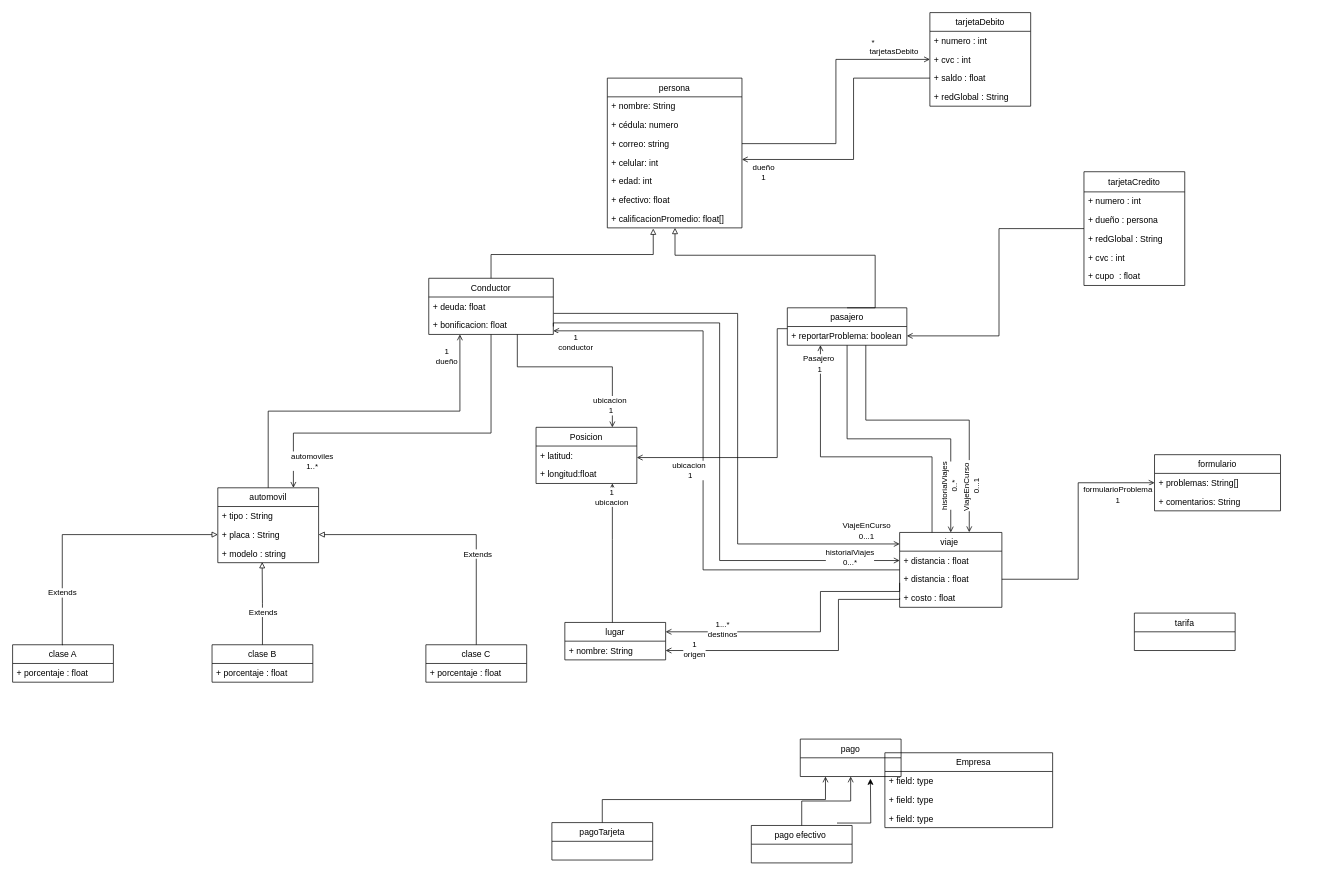
DPOO2022-1-SEC04-G08/Taller2 keeps this draw.io diagram as Untitled Diagram.drawio. Above is the earlier version. Source tidied: cells renumbered, new cells numbered last; positions are measured from the earlier drawing's top-left corner, leaving out a move shared by most shapes. Both pictures are drawn from the tidied source at 72%, with x=0, y=0 at pixel (12, 12).
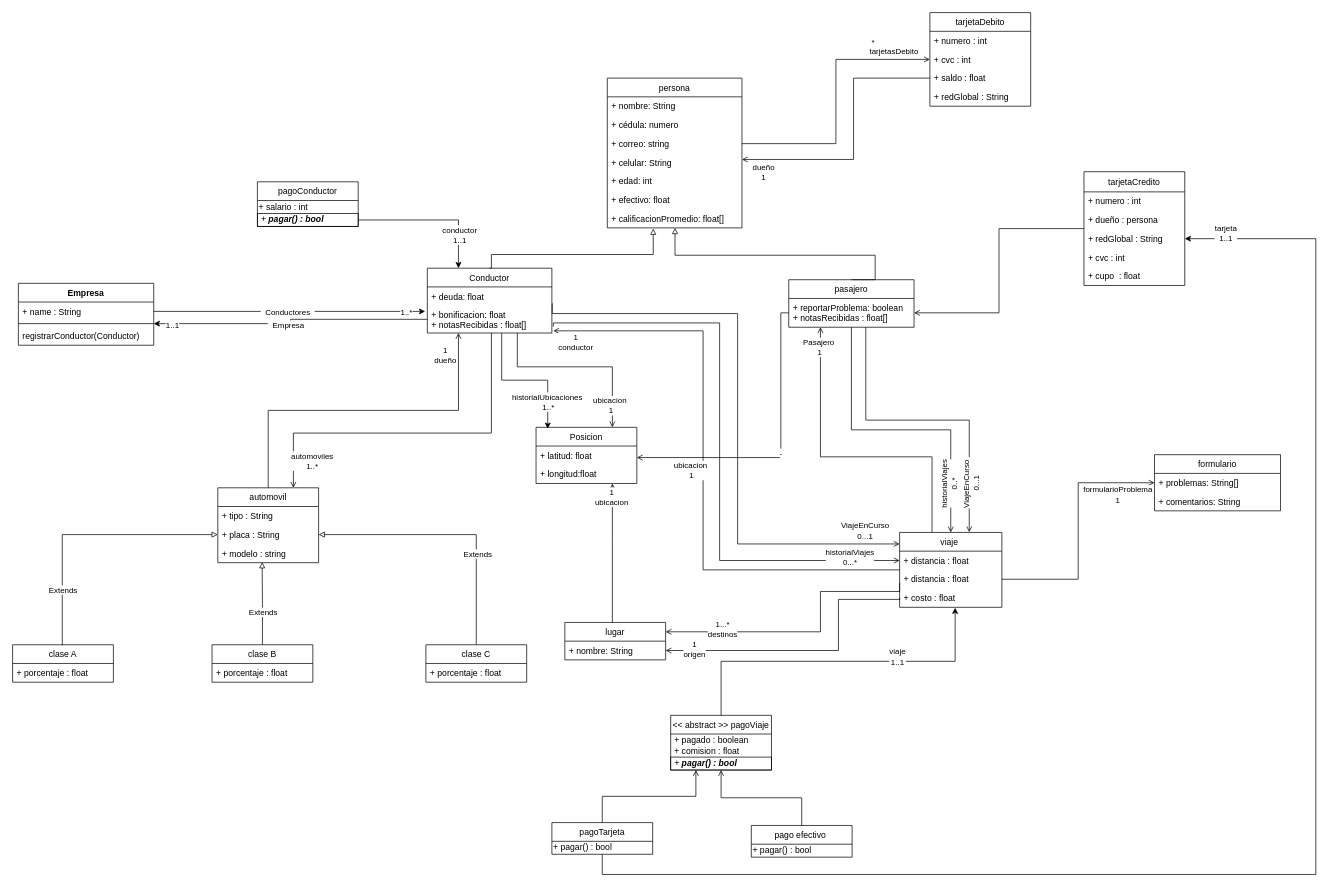
After the change.

Unchanged cells that the change refers to:
```xml
<mxCell id="9" value="+ costo : float&#10;" style="text;strokeColor=none;fillColor=none;align=left;verticalAlign=top;spacingLeft=4;spacingRight=4;overflow=hidden;points=[[0,0.5],[1,0.5]];portConstraint=eastwest;" parent="6" vertex="1">
  <mxGeometry y="78" width="142" height="26" as="geometry" />
</mxCell>
<mxCell id="10" value="persona" style="swimlane;fontStyle=0;horizontal=1;startSize=26;fillColor=none;" parent="1" vertex="1">
  <mxGeometry x="826" y="91" width="187" height="208" as="geometry" />
</mxCell>
<mxCell id="28" value="tarjetaCredito" style="swimlane;fontStyle=0;horizontal=1;startSize=28;fillColor=none;" parent="1" vertex="1">
  <mxGeometry x="1488" y="221" width="140" height="158" as="geometry" />
</mxCell>
<mxCell id="31" value="+ redGlobal : String" style="text;strokeColor=none;fillColor=none;align=left;verticalAlign=top;spacingLeft=4;spacingRight=4;overflow=hidden;points=[[0,0.5],[1,0.5]];portConstraint=eastwest;" parent="28" vertex="1">
  <mxGeometry y="80" width="140" height="26" as="geometry" />
</mxCell>
<mxCell id="55" style="edgeStyle=orthogonalEdgeStyle;rounded=0;jettySize=auto;html=1;exitX=0.5;exitY=0;exitDx=0;exitDy=0;entryX=0;entryY=0.5;entryDx=0;entryDy=0;endArrow=block;endFill=0;strokeWidth=1;" parent="1" edge="1" source="57" target="53">
  <mxGeometry relative="1" as="geometry">
    <Array as="points">
      <mxPoint x="69" y="725" />
    </Array>
  </mxGeometry>
</mxCell>
<mxCell id="100" value="Posicion" style="swimlane;fontStyle=0;horizontal=1;startSize=26;fillColor=none;" parent="1" vertex="1">
  <mxGeometry x="727" y="576" width="140" height="78" as="geometry" />
</mxCell>
```

Change to the diagram source:
```diff
@@
-    <mxCell id="14" value="+ celular: int" style="text;strokeColor=none;fillColor=none;align=left;verticalAlign=top;spacingLeft=4;spacingRight=4;overflow=hidden;" parent="10" vertex="1">
+    <mxCell id="14" value="+ celular: String&#10;" style="text;strokeColor=none;fillColor=none;align=left;verticalAlign=top;spacingLeft=4;spacingRight=4;overflow=hidden;" parent="10" vertex="1">
       <mxGeometry y="104" width="187" height="26" as="geometry" />
     </mxCell>
@@
-    <mxCell id="23" style="edgeStyle=orthogonalEdgeStyle;rounded=0;orthogonalLoop=1;jettySize=auto;html=1;entryX=1;entryY=0.5;entryDx=0;entryDy=0;endArrow=open;endFill=0;" parent="1" edge="1">
+    <mxCell id="23" value="-" style="edgeStyle=orthogonalEdgeStyle;rounded=0;jettySize=auto;html=1;entryX=1;entryY=0.5;entryDx=0;entryDy=0;endArrow=open;endFill=0;exitX=0;exitY=0.5;exitDx=0;exitDy=0;" parent="1" edge="1" source="26">
       <mxGeometry relative="1" as="geometry">
-        <mxPoint x="1076" y="439" as="sourcePoint" />
         <mxPoint x="867" y="618" as="targetPoint" />
         <Array as="points">
-          <mxPoint x="1062" y="439" />
-          <mxPoint x="1062" y="618" />
+          <mxPoint x="1067" y="417" />
+          <mxPoint x="1067" y="618" />
         </Array>
       </mxGeometry>
     </mxCell>
@@
     <mxCell id="25" value="pasajero" style="swimlane;fontStyle=0;horizontal=1;startSize=26;fillColor=none;" parent="1" vertex="1">
-      <mxGeometry x="1076" y="410" width="166" height="52" as="geometry" />
+      <mxGeometry x="1078" y="371" width="174" height="66" as="geometry" />
     </mxCell>
-    <mxCell id="26" value="+ reportarProblema: boolean&#10;" style="text;strokeColor=none;fillColor=none;align=left;verticalAlign=top;spacingLeft=4;spacingRight=4;overflow=hidden;points=[[0,0.5],[1,0.5]];portConstraint=eastwest;" parent="25" vertex="1">
-      <mxGeometry y="26" width="166" height="26" as="geometry" />
+    <mxCell id="26" value="+ reportarProblema: boolean&#10;+ notasRecibidas : float[]&#10;" style="text;strokeColor=none;fillColor=none;align=left;verticalAlign=top;spacingLeft=4;spacingRight=4;overflow=hidden;points=[[0,0.5],[1,0.5]];portConstraint=eastwest;" parent="25" vertex="1">
+      <mxGeometry y="26" width="174" height="40" as="geometry" />
     </mxCell>
     <mxCell id="27" style="edgeStyle=orthogonalEdgeStyle;rounded=0;jettySize=auto;html=1;endArrow=open;endFill=0;entryX=1;entryY=0.5;entryDx=0;entryDy=0;" parent="1" edge="1" source="28" target="26">
       <mxGeometry relative="1" as="geometry">
         <Array as="points">
           <mxPoint x="1370" y="300" />
-          <mxPoint x="1370" y="449" />
+          <mxPoint x="1370" y="417" />
         </Array>
       </mxGeometry>
     </mxCell>
@@
     <mxCell id="41" value="Conductor" style="swimlane;fontStyle=0;horizontal=1;startSize=26;fillColor=none;" parent="1" vertex="1">
-      <mxGeometry x="578" y="369" width="173" height="78" as="geometry" />
+      <mxGeometry x="576" y="355" width="173" height="90" as="geometry" />
     </mxCell>
@@
-    <mxCell id="43" value="+ bonificacion: float&#10;" style="text;strokeColor=none;fillColor=none;align=left;verticalAlign=top;spacingLeft=4;spacingRight=4;overflow=hidden;points=[[0,0.5],[1,0.5]];portConstraint=eastwest;" parent="41" vertex="1">
-      <mxGeometry y="52" width="173" height="26" as="geometry" />
+    <mxCell id="43" value="+ bonificacion: float&#10;+ notasRecibidas : float[]" style="text;strokeColor=none;fillColor=none;align=left;verticalAlign=top;spacingLeft=4;spacingRight=4;overflow=hidden;points=[[0,0.5],[1,0.5]];portConstraint=eastwest;" parent="41" vertex="1">
+      <mxGeometry y="52" width="173" height="38" as="geometry" />
     </mxCell>
@@
+    <mxCell id="103" style="edgeStyle=orthogonalEdgeStyle;rounded=0;jettySize=auto;html=1;exitX=0.5;exitY=0;exitDx=0;exitDy=0;entryX=0.543;entryY=1.023;entryDx=0;entryDy=0;entryPerimeter=0;" parent="1" edge="1" source="48" target="9">
+      <mxGeometry relative="1" as="geometry" />
+    </mxCell>
-    <mxCell id="48" value="pago" style="swimlane;fontStyle=0;horizontal=1;startSize=26;fillColor=none;" parent="1" vertex="1">
-      <mxGeometry x="1094" y="1009" width="140" height="52" as="geometry" />
+    <mxCell id="48" value="&lt;&lt; abstract &gt;&gt; pagoViaje" style="swimlane;fontStyle=0;horizontal=1;startSize=26;fillColor=none;" parent="1" vertex="1">
+      <mxGeometry x="914" y="976" width="140" height="76" as="geometry" />
     </mxCell>
+    <mxCell id="104" value="&amp;nbsp;+ pagado : boolean&lt;br&gt;&amp;nbsp;+ comision : float" style="text;html=1;align=left;verticalAlign=middle;strokeColor=none;fillColor=none;" parent="48" vertex="1">
+      <mxGeometry y="26" width="140" height="32" as="geometry" />
+    </mxCell>
+    <mxCell id="105" value="&lt;i&gt;&amp;nbsp;+ &lt;b&gt;&lt;i&gt;pagar() : bool&lt;br&gt;&lt;/i&gt;&lt;/b&gt;&lt;/i&gt;" style="text;html=1;align=left;verticalAlign=middle;strokeColor=default;fillColor=none;" parent="48" vertex="1">
+      <mxGeometry y="58" width="140" height="18" as="geometry" />
+    </mxCell>
@@
     <mxCell id="56" value="Extends" style="edgeLabel;html=1;align=center;verticalAlign=middle;" parent="55" vertex="1">
-      <mxGeometry x="-0.6" y="1" relative="1" as="geometry" />
+      <mxGeometry x="-0.6" y="1" relative="1" as="geometry">
+        <mxPoint x="1" y="-4" as="offset" />
+      </mxGeometry>
     </mxCell>
@@
-    <mxCell id="72" value="tarifa" style="swimlane;fontStyle=0;horizontal=1;startSize=26;fillColor=none;" parent="1" vertex="1">
-      <mxGeometry x="1558" y="834" width="140" height="52" as="geometry" />
-    </mxCell>
@@
-    <mxCell id="74" value="    Empresa" style="swimlane;fontStyle=0;horizontal=1;startSize=26;fillColor=none;" parent="1" vertex="1">
-      <mxGeometry x="1211.5" y="1028" width="233" height="104" as="geometry" />
-    </mxCell>
-    <mxCell id="75" value="+ field: type" style="text;strokeColor=none;fillColor=none;align=left;verticalAlign=top;spacingLeft=4;spacingRight=4;overflow=hidden;" parent="74" vertex="1">
-      <mxGeometry y="26" width="233" height="26" as="geometry" />
-    </mxCell>
-    <mxCell id="76" value="+ field: type" style="text;strokeColor=none;fillColor=none;align=left;verticalAlign=top;spacingLeft=4;spacingRight=4;overflow=hidden;" parent="74" vertex="1">
-      <mxGeometry y="52" width="233" height="26" as="geometry" />
-    </mxCell>
-    <mxCell id="77" value="+ field: type" style="text;strokeColor=none;fillColor=none;align=left;verticalAlign=top;spacingLeft=4;spacingRight=4;overflow=hidden;" parent="74" vertex="1">
-      <mxGeometry y="78" width="233" height="26" as="geometry" />
-    </mxCell>
@@
+    <mxCell id="106" style="edgeStyle=orthogonalEdgeStyle;rounded=0;jettySize=auto;html=1;exitX=0.5;exitY=1;exitDx=0;exitDy=0;entryX=1;entryY=0.5;entryDx=0;entryDy=0;" parent="1" edge="1" source="89" target="31">
+      <mxGeometry relative="1" as="geometry">
+        <Array as="points">
+          <mxPoint x="819" y="1197" />
+          <mxPoint x="1810" y="1197" />
+          <mxPoint x="1810" y="314" />
+        </Array>
+      </mxGeometry>
+    </mxCell>
     <mxCell id="89" value="pagoTarjeta" style="swimlane;fontStyle=0;horizontal=1;startSize=26;fillColor=none;" parent="1" vertex="1">
-      <mxGeometry x="749" y="1125" width="140" height="52" as="geometry" />
+      <mxGeometry x="749" y="1125" width="140" height="44" as="geometry" />
     </mxCell>
+    <mxCell id="107" value="+ pagar() : bool" style="text;html=1;align=left;verticalAlign=middle;strokeColor=none;fillColor=none;" parent="89" vertex="1">
+      <mxGeometry y="26" width="140" height="18" as="geometry" />
+    </mxCell>
@@
-    <mxCell id="94" style="edgeStyle=orthogonalEdgeStyle;rounded=0;jettySize=auto;html=1;exitX=0.85;exitY=-0.065;exitDx=0;exitDy=0;exitPerimeter=0;" parent="1" edge="1" source="95">
-      <mxGeometry relative="1" as="geometry">
-        <mxPoint x="1191.4" y="1064" as="targetPoint" />
-      </mxGeometry>
-    </mxCell>
     <mxCell id="95" value="pago efectivo " style="swimlane;fontStyle=0;horizontal=1;startSize=26;fillColor=none;" parent="1" vertex="1">
-      <mxGeometry x="1026" y="1129" width="140" height="52" as="geometry" />
+      <mxGeometry x="1026" y="1129" width="140" height="44" as="geometry" />
     </mxCell>
+    <mxCell id="108" value="+ pagar() : bool" style="text;html=1;align=left;verticalAlign=middle;strokeColor=none;fillColor=none;" parent="95" vertex="1">
+      <mxGeometry y="26" width="140" height="18" as="geometry" />
+    </mxCell>
@@
-    <mxCell id="101" value="+ latitud:" style="text;strokeColor=none;fillColor=none;align=left;verticalAlign=top;spacingLeft=4;spacingRight=4;overflow=hidden;" parent="100" vertex="1">
+    <mxCell id="101" value="+ latitud: float&#10;" style="text;strokeColor=none;fillColor=none;align=left;verticalAlign=top;spacingLeft=4;spacingRight=4;overflow=hidden;" parent="100" vertex="1">
       <mxGeometry y="26" width="140" height="26" as="geometry" />
     </mxCell>
@@
+    <mxCell id="109" style="edgeStyle=orthogonalEdgeStyle;rounded=0;jettySize=auto;html=1;exitX=1;exitY=0.5;exitDx=0;exitDy=0;" parent="1" edge="1" source="113">
+      <mxGeometry relative="1" as="geometry">
+        <mxPoint x="573" y="415" as="targetPoint" />
+        <Array as="points">
+          <mxPoint x="573" y="415" />
+        </Array>
+      </mxGeometry>
+    </mxCell>
+    <mxCell id="110" value="&amp;nbsp; Conductores&amp;nbsp;&amp;nbsp;" style="edgeLabel;html=1;align=center;verticalAlign=middle;" parent="1" vertex="1">
+      <mxGeometry x="349" y="410" as="geometry">
+        <mxPoint x="32" y="5" as="offset" />
+      </mxGeometry>
+    </mxCell>
+    <mxCell id="111" value="1..*" style="edgeLabel;html=1;align=center;verticalAlign=middle;" parent="1" vertex="1">
+      <mxGeometry x="514" y="410" as="geometry">
+        <mxPoint x="32" y="5" as="offset" />
+      </mxGeometry>
+    </mxCell>
+    <mxCell id="112" value="Empresa" style="swimlane;fontStyle=1;align=center;verticalAlign=top;horizontal=1;startSize=26;" parent="1" vertex="1">
+      <mxGeometry x="8" y="376" width="188" height="86" as="geometry" />
+    </mxCell>
+    <mxCell id="113" value="+ name : String" style="text;strokeColor=none;fillColor=none;align=left;verticalAlign=top;spacingLeft=4;spacingRight=4;overflow=hidden;points=[[0,0.5],[1,0.5]];portConstraint=eastwest;" parent="112" vertex="1">
+      <mxGeometry y="26" width="188" height="26" as="geometry" />
+    </mxCell>
+    <mxCell id="114" style="line;strokeWidth=1;fillColor=none;align=left;verticalAlign=middle;spacingTop=-1;spacingLeft=3;spacingRight=3;labelPosition=right;points=[];portConstraint=eastwest;" parent="112" vertex="1">
+      <mxGeometry y="52" width="188" height="8" as="geometry" />
+    </mxCell>
+    <mxCell id="115" value="registrarConductor(Conductor)" style="text;strokeColor=none;fillColor=none;align=left;verticalAlign=top;spacingLeft=4;spacingRight=4;overflow=hidden;" parent="112" vertex="1">
+      <mxGeometry y="60" width="188" height="26" as="geometry" />
+    </mxCell>
+    <mxCell id="116" style="edgeStyle=orthogonalEdgeStyle;rounded=0;jettySize=auto;html=1;" parent="1" edge="1" source="43" target="114">
+      <mxGeometry relative="1" as="geometry" />
+    </mxCell>
+    <mxCell id="117" value="&amp;nbsp; Empresa&amp;nbsp;&amp;nbsp;" style="edgeLabel;html=1;align=center;verticalAlign=middle;" parent="1" vertex="1">
+      <mxGeometry x="350" y="428" as="geometry">
+        <mxPoint x="32" y="5" as="offset" />
+      </mxGeometry>
+    </mxCell>
+    <mxCell id="118" value="1..1" style="edgeLabel;html=1;align=center;verticalAlign=middle;" parent="1" vertex="1">
+      <mxGeometry x="189" y="428" as="geometry">
+        <mxPoint x="32" y="5" as="offset" />
+      </mxGeometry>
+    </mxCell>
+    <mxCell id="119" value="viaje&lt;br&gt;1..1" style="edgeLabel;html=1;align=center;verticalAlign=middle;" parent="1" vertex="1">
+      <mxGeometry x="1227" y="904" as="geometry">
+        <mxPoint x="1" y="-10" as="offset" />
+      </mxGeometry>
+    </mxCell>
+    <mxCell id="120" value="tarjeta&lt;br&gt;1..1" style="edgeLabel;html=1;align=center;verticalAlign=middle;" parent="1" vertex="1">
+      <mxGeometry x="1237" y="914" as="geometry">
+        <mxPoint x="447" y="-608" as="offset" />
+      </mxGeometry>
+    </mxCell>
+    <mxCell id="121" value="pagoConductor" style="swimlane;fontStyle=0;horizontal=1;startSize=26;fillColor=none;" parent="1" vertex="1">
+      <mxGeometry x="340" y="235" width="140" height="62" as="geometry" />
+    </mxCell>
+    <mxCell id="122" value="+ salario : int" style="text;html=1;align=left;verticalAlign=middle;strokeColor=none;fillColor=none;" parent="121" vertex="1">
+      <mxGeometry y="26" width="140" height="18" as="geometry" />
+    </mxCell>
+    <mxCell id="123" value="&lt;i&gt;&amp;nbsp;+ &lt;b&gt;&lt;i&gt;pagar() : bool&lt;/i&gt;&lt;/b&gt;&lt;/i&gt;" style="text;html=1;align=left;verticalAlign=middle;points=[];strokeColor=default;fillColor=none;" parent="121" vertex="1">
+      <mxGeometry y="44" width="140" height="18" as="geometry" />
+    </mxCell>
+    <mxCell id="124" style="edgeStyle=orthogonalEdgeStyle;rounded=0;jettySize=auto;html=1;entryX=0.25;entryY=0;entryDx=0;entryDy=0;" parent="1" edge="1" source="123" target="41">
+      <mxGeometry relative="1" as="geometry" />
+    </mxCell>
+    <mxCell id="125" value="conductor&lt;br&gt;1..1" style="edgeLabel;html=1;align=center;verticalAlign=middle;" parent="1" vertex="1">
+      <mxGeometry x="833" y="489" as="geometry">
+        <mxPoint x="-213" y="-181" as="offset" />
+      </mxGeometry>
+    </mxCell>
+    <mxCell id="126" style="edgeStyle=orthogonalEdgeStyle;rounded=0;jettySize=auto;html=1;entryX=0.116;entryY=0.026;entryDx=0;entryDy=0;entryPerimeter=0;exitX=0.597;exitY=1.011;exitDx=0;exitDy=0;exitPerimeter=0;" parent="1" edge="1" source="43" target="100">
+      <mxGeometry relative="1" as="geometry" />
+    </mxCell>
+    <mxCell id="127" value="historialUbicaciones&amp;nbsp;&lt;br&gt;1..*" style="edgeLabel;html=1;align=center;verticalAlign=middle;" parent="1" vertex="1">
+      <mxGeometry x="743" y="540" as="geometry" />
+    </mxCell>
```
